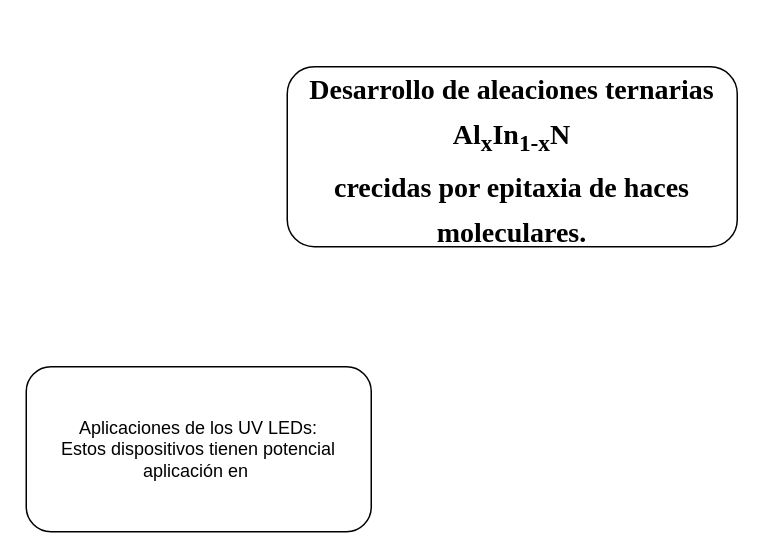
The draw.io diagram Untitled Diagram.drawio in Edgaus/SQL, before the edit. Source tidied: cells renumbered, new cells numbered last; positions are measured from the earlier drawing's top-left corner, leaving out a move shared by most shapes. Both pictures are drawn from the tidied source at 150%, with x=0, y=0 at pixel (26, 66).
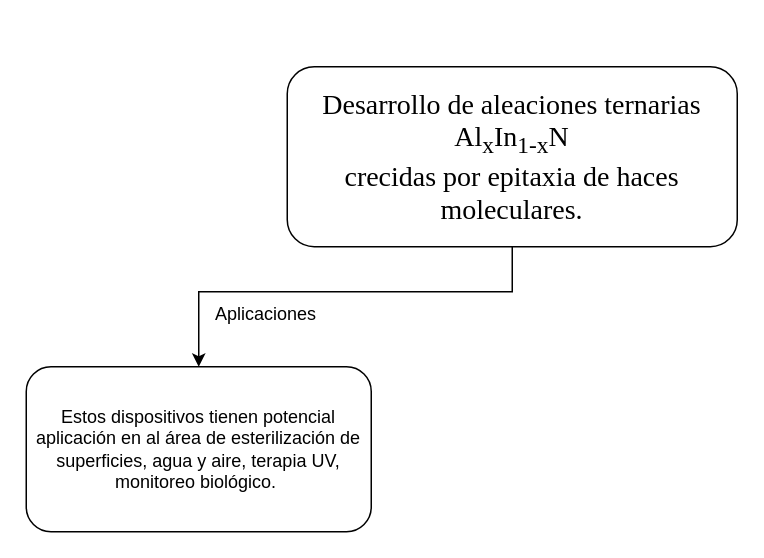
After the change.

Change to the diagram source:
```diff
@@
 <mxGraphModel>
   <root>
     <mxCell id="0" />
     <mxCell id="1" parent="0" />
-    <mxCell id="2" value="&lt;h1 style=&quot;font-size: 25px;&quot;&gt;&lt;p align=&quot;center&quot; class=&quot;MsoNormal&quot;&gt;&lt;span style=&quot;font-size:14.0pt;line-height:115%;font-family:&amp;quot;Times New Roman&amp;quot;,serif;&lt;br/&gt;mso-ascii-theme-font:major-bidi;mso-hansi-theme-font:major-bidi;mso-bidi-theme-font:&lt;br/&gt;major-bidi&quot; lang=&quot;ES-MX&quot;&gt;Desarrollo de aleaciones ternarias Al&lt;sub&gt;x&lt;/sub&gt;In&lt;sub&gt;1-x&lt;/sub&gt;N&lt;br/&gt;crecidas por epitaxia de haces moleculares.&lt;/span&gt;&lt;/p&gt;&lt;/h1&gt;" style="rounded=1;whiteSpace=wrap;html=1;" parent="1" vertex="1">
+    <mxCell id="2" value="&lt;p align=&quot;center&quot; class=&quot;MsoNormal&quot;&gt;&lt;span style=&quot;font-size:14.0pt;line-height:115%;font-family:&amp;quot;Times New Roman&amp;quot;,serif;&lt;br/&gt;mso-ascii-theme-font:major-bidi;mso-hansi-theme-font:major-bidi;mso-bidi-theme-font:&lt;br/&gt;major-bidi&quot; lang=&quot;ES-MX&quot;&gt;Desarrollo de aleaciones ternarias Al&lt;sub&gt;x&lt;/sub&gt;In&lt;sub&gt;1-x&lt;/sub&gt;N&lt;br/&gt;crecidas por epitaxia de haces moleculares.&lt;/span&gt;&lt;/p&gt;" style="rounded=1;whiteSpace=wrap;html=1;" parent="1" vertex="1">
       <mxGeometry x="174" width="300" height="120" as="geometry" />
     </mxCell>
-    <mxCell id="3" value="Aplicaciones de los UV LEDs:&lt;div&gt;Estos dispositivos tienen potencial aplicación en&amp;nbsp;&lt;/div&gt;" style="rounded=1;whiteSpace=wrap;html=1;" parent="1" vertex="1">
+    <mxCell id="3" value="&lt;div&gt;Estos dispositivos tienen potencial aplicación en al área de esterilización de superficies, agua y aire, terapia UV, monitoreo biológico.&amp;nbsp;&lt;/div&gt;" style="rounded=1;whiteSpace=wrap;html=1;" parent="1" vertex="1">
       <mxGeometry y="200" width="230" height="110" as="geometry" />
     </mxCell>
+    <mxCell id="4" style="endArrow=classic;html=1;rounded=0;exitX=0.5;exitY=1;exitDx=0;exitDy=0;entryX=0.5;entryY=0;entryDx=0;entryDy=0;" parent="1" edge="1" source="2" target="3">
+      <mxGeometry relative="1" as="geometry">
+        <Array as="points">
+          <mxPoint x="324" y="150" />
+          <mxPoint x="115" y="150" />
+        </Array>
+      </mxGeometry>
+    </mxCell>
+    <mxCell id="5" value="Aplicaciones" style="text;html=1;align=center;verticalAlign=middle;whiteSpace=wrap;rounded=0;" parent="1" vertex="1">
+      <mxGeometry x="130" y="150" width="60" height="30" as="geometry" />
+    </mxCell>
   </root>
 </mxGraphModel>
```
